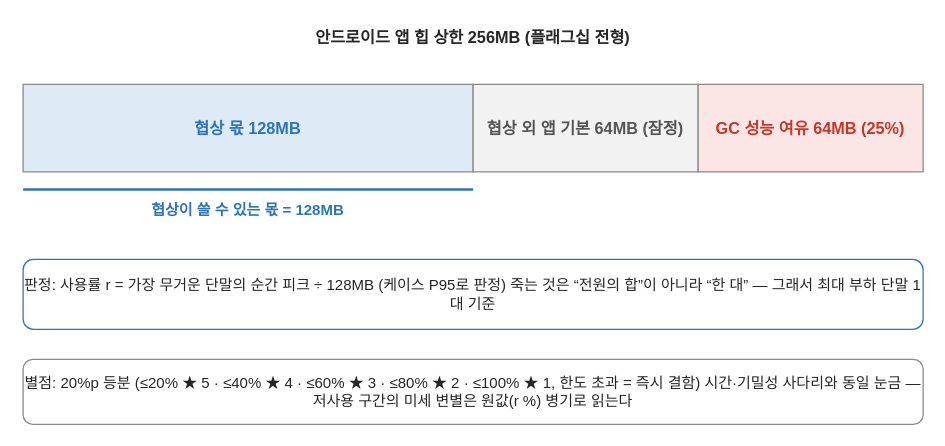
Earlier version of the draw.io diagram docs/changbae/drawio/61-3-RU-한도-유도-개념.drawio (Sunwoo-Nam/architect-teamproject). Source tidied: cells renumbered, new cells numbered last; positions are measured from the earlier drawing's top-left corner, leaving out a move shared by most shapes. Both pictures are drawn from the tidied source at 125%, with x=0, y=0 at pixel (22, 21).
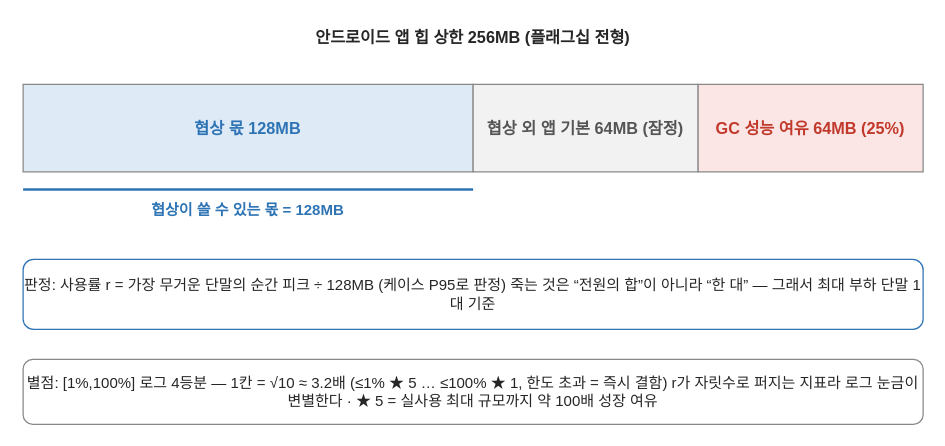
Above is the later version.

What changed in the source:
```diff
@@
 <mxGraphModel>
   <root>
     <mxCell id="0" />
     <mxCell id="1" parent="0" />
     <mxCell id="2" value="안드로이드 앱 힙 상한 256MB (플래그십 전형)" style="rounded=0;whiteSpace=wrap;html=1;fillColor=none;strokeColor=none;fontSize=13;fontColor=#262626;align=center;verticalAlign=middle;strokeWidth=1;fontStyle=1;strokeColor=none;" parent="1" vertex="1">
       <mxGeometry width="720" height="24" as="geometry" />
     </mxCell>
     <mxCell id="3" value="협상 몫  128MB" style="rounded=0;whiteSpace=wrap;html=1;fillColor=#DEEBF7;strokeColor=#888888;fontSize=13;fontColor=#2E74B5;align=center;verticalAlign=middle;strokeWidth=1;fontStyle=1;" parent="1" vertex="1">
       <mxGeometry y="50" width="360" height="70" as="geometry" />
     </mxCell>
     <mxCell id="4" value="협상 외 앱 기본  64MB (잠정)" style="rounded=0;whiteSpace=wrap;html=1;fillColor=#F2F2F2;strokeColor=#888888;fontSize=13;fontColor=#555555;align=center;verticalAlign=middle;strokeWidth=1;fontStyle=1;" parent="1" vertex="1">
       <mxGeometry x="360" y="50" width="180" height="70" as="geometry" />
     </mxCell>
     <mxCell id="5" value="GC 성능 여유  64MB (25%)" style="rounded=0;whiteSpace=wrap;html=1;fillColor=#FBE5E5;strokeColor=#888888;fontSize=13;fontColor=#C0392B;align=center;verticalAlign=middle;strokeWidth=1;fontStyle=1;" parent="1" vertex="1">
       <mxGeometry x="540" y="50" width="180" height="70" as="geometry" />
     </mxCell>
     <mxCell id="6" style="endArrow=none;html=1;strokeColor=#2E74B5;strokeWidth=2;endFill=1;" parent="1" edge="1">
       <mxGeometry relative="1" as="geometry">
         <mxPoint y="134" as="sourcePoint" />
         <mxPoint x="360" y="134" as="targetPoint" />
       </mxGeometry>
     </mxCell>
     <mxCell id="7" value="협상이 쓸 수 있는 몫 = 128MB" style="rounded=0;whiteSpace=wrap;html=1;fillColor=none;strokeColor=none;fontSize=12;fontColor=#2E74B5;align=center;verticalAlign=middle;strokeWidth=1;fontStyle=1;strokeColor=none;" parent="1" vertex="1">
       <mxGeometry y="140" width="360" height="22" as="geometry" />
     </mxCell>
     <mxCell id="8" value="판정: 사용률 r = 가장 무거운 단말의 순간 피크 ÷ 128MB  (케이스 P95로 판정)&amp;#10;죽는 것은 “전원의 합”이 아니라 “한 대” — 그래서 최대 부하 단말 1대 기준" style="rounded=1;whiteSpace=wrap;html=1;fillColor=#FFFFFF;strokeColor=#2E74B5;fontSize=12;fontColor=#262626;align=center;verticalAlign=middle;strokeWidth=1;" parent="1" vertex="1">
       <mxGeometry y="190" width="720" height="56" as="geometry" />
     </mxCell>
-    <mxCell id="9" value="별점: 20%p 등분  (≤20% ★ 5 · ≤40% ★ 4 · ≤60% ★ 3 · ≤80% ★ 2 · ≤100% ★ 1, 한도 초과 = 즉시 결함)&amp;#10;시간·기밀성 사다리와 동일 눈금 — 저사용 구간의 미세 변별은 원값(r %) 병기로 읽는다" style="rounded=1;whiteSpace=wrap;html=1;fillColor=#FFFFFF;strokeColor=#888888;fontSize=12;fontColor=#262626;align=center;verticalAlign=middle;strokeWidth=1;" parent="1" vertex="1">
+    <mxCell id="9" value="별점: [1%,100%] 로그 4등분 — 1칸 = √10 ≈ 3.2배  (≤1% ★ 5 … ≤100% ★ 1, 한도 초과 = 즉시 결함)&amp;#10;r가 자릿수로 퍼지는 지표라 로그 눈금이 변별한다 · ★ 5 = 실사용 최대 규모까지 약 100배 성장 여유" style="rounded=1;whiteSpace=wrap;html=1;fillColor=#FFFFFF;strokeColor=#888888;fontSize=12;fontColor=#262626;align=center;verticalAlign=middle;strokeWidth=1;" parent="1" vertex="1">
       <mxGeometry y="270" width="720" height="52" as="geometry" />
     </mxCell>
   </root>
 </mxGraphModel>
```
